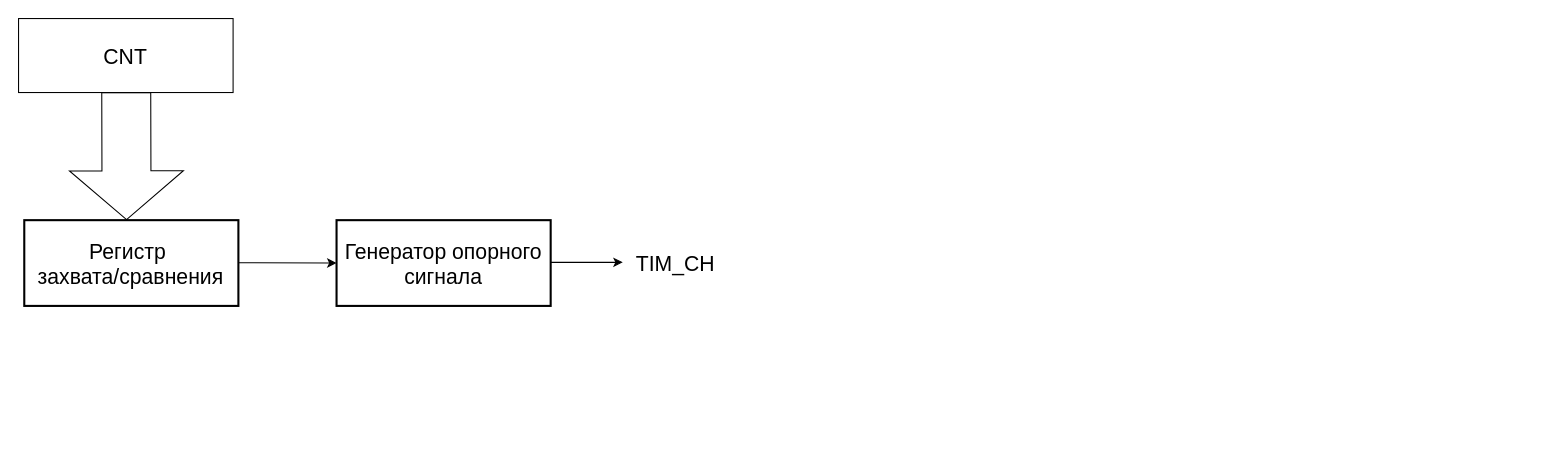
Before: doc/drawio/tim_ch_as_output.drawio in s-zasorin/General-Purpose-Timers, a draw.io diagram. Source tidied: cells renumbered, new cells numbered last; positions are measured from the earlier drawing's top-left corner, leaving out a move shared by most shapes. Both pictures are drawn from the tidied source at 106%, with x=0, y=0 at pixel (18, 18).
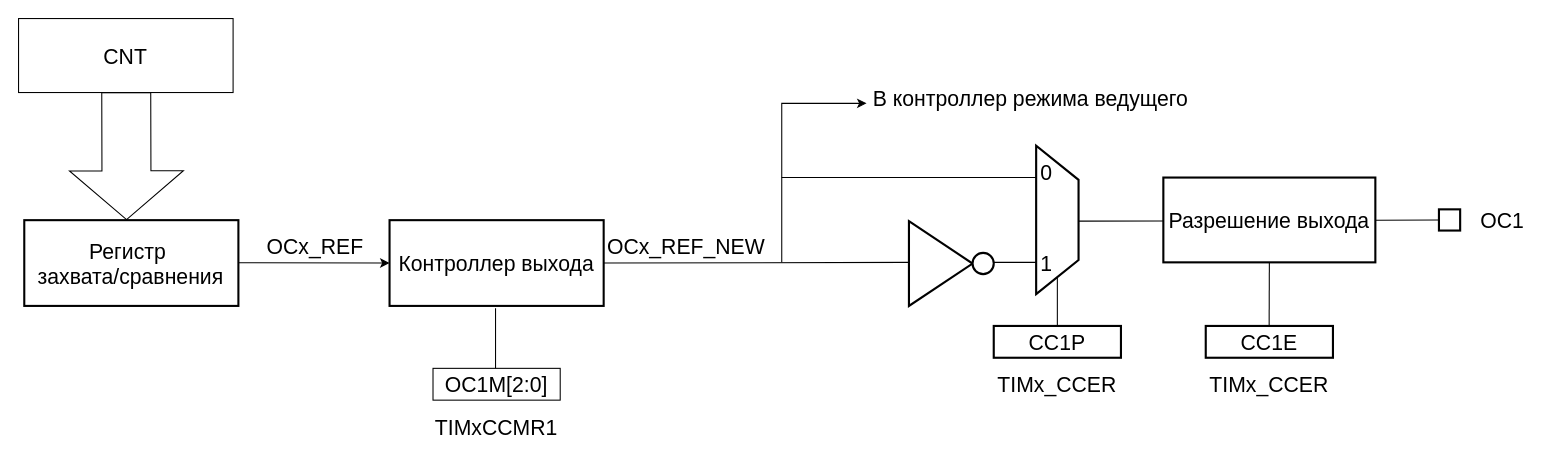
Above is the later version.

Commit message (it also covers changes not shown here):
feat(doc): Добавлена картинка канала, сконфигурированного на выход

Diff of the diagram source:
```diff
@@
-    <mxCell id="5" value="&lt;span style=&quot;font-size: 20px;&quot;&gt;Генератор опорного сигнала&lt;/span&gt;" style="rounded=0;whiteSpace=wrap;html=1;strokeWidth=1.9685;" parent="1" vertex="1">
-      <mxGeometry x="300" y="190.2" width="202" height="80.9" as="geometry" />
+    <mxCell id="5" value="&lt;span style=&quot;font-size: 20px;&quot;&gt;Контроллер выхода&lt;/span&gt;" style="rounded=0;whiteSpace=wrap;html=1;strokeWidth=1.9685;" parent="1" vertex="1">
+      <mxGeometry x="350" y="190.2" width="202" height="80.9" as="geometry" />
     </mxCell>
-    <mxCell id="6" style="endArrow=classic;html=1;rounded=0;" parent="1" edge="1">
-      <mxGeometry relative="1" as="geometry">
-        <mxPoint x="502" y="230" as="sourcePoint" />
-        <mxPoint x="570" y="230" as="targetPoint" />
-      </mxGeometry>
-    </mxCell>
@@
-    <mxCell id="8" value="&lt;font style=&quot;font-size: 20px;&quot;&gt;TIM_CH&lt;/font&gt;" style="text;html=1;align=center;verticalAlign=middle;whiteSpace=wrap;rounded=0;" parent="1" vertex="1">
-      <mxGeometry x="590" y="215.6" width="60" height="30" as="geometry" />
-    </mxCell>
+    <mxCell id="9" value="&lt;font style=&quot;font-size: 20px;&quot;&gt;OCx_REF&lt;/font&gt;" style="text;html=1;align=center;verticalAlign=middle;whiteSpace=wrap;rounded=0;" parent="1" vertex="1">
+      <mxGeometry x="250" y="200" width="60" height="30" as="geometry" />
+    </mxCell>
+    <mxCell id="10" value="&lt;font style=&quot;font-size: 20px;&quot;&gt;OC1M[2:0]&lt;/font&gt;" style="rounded=0;whiteSpace=wrap;html=1;" parent="1" vertex="1">
+      <mxGeometry x="391" y="330" width="120" height="30" as="geometry" />
+    </mxCell>
+    <mxCell id="11" style="endArrow=none;html=1;rounded=0;entryX=0.495;entryY=1.028;entryDx=0;entryDy=0;entryPerimeter=0;" parent="1" edge="1" target="5">
+      <mxGeometry relative="1" as="geometry">
+        <mxPoint x="450" y="330" as="sourcePoint" />
+      </mxGeometry>
+    </mxCell>
+    <mxCell id="12" value="&lt;font style=&quot;font-size: 20px;&quot;&gt;TIMxCCMR1&lt;/font&gt;" style="text;html=1;align=center;verticalAlign=middle;whiteSpace=wrap;rounded=0;" parent="1" vertex="1">
+      <mxGeometry x="421" y="370" width="60" height="30" as="geometry" />
+    </mxCell>
+    <mxCell id="13" style="verticalLabelPosition=middle;verticalAlign=middle;html=1;shape=trapezoid;perimeter=trapezoidPerimeter;whiteSpace=wrap;size=0.23;arcSize=10;flipV=1;labelPosition=center;align=center;rotation=-90;strokeWidth=2;" parent="1" vertex="1">
+      <mxGeometry x="910" y="170" width="140" height="40" as="geometry" />
+    </mxCell>
+    <mxCell id="14" style="endArrow=none;html=1;rounded=0;exitX=1;exitY=0.5;exitDx=0;exitDy=0;" parent="1" edge="1" source="5">
+      <mxGeometry relative="1" as="geometry">
+        <mxPoint x="840" y="230" as="targetPoint" />
+      </mxGeometry>
+    </mxCell>
+    <mxCell id="15" style="triangle;whiteSpace=wrap;html=1;strokeWidth=2;" parent="1" vertex="1">
+      <mxGeometry x="840" y="191.1" width="60" height="80" as="geometry" />
+    </mxCell>
+    <mxCell id="16" style="ellipse;whiteSpace=wrap;html=1;strokeWidth=2;" parent="1" vertex="1">
+      <mxGeometry x="900" y="221.1" width="20" height="20" as="geometry" />
+    </mxCell>
+    <mxCell id="17" style="endArrow=none;html=1;rounded=0;entryX=0.214;entryY=1;entryDx=0;entryDy=0;entryPerimeter=0;" parent="1" edge="1" target="13">
+      <mxGeometry relative="1" as="geometry">
+        <mxPoint x="920" y="230" as="sourcePoint" />
+      </mxGeometry>
+    </mxCell>
+    <mxCell id="18" style="endArrow=none;html=1;rounded=0;entryX=0.786;entryY=1;entryDx=0;entryDy=0;entryPerimeter=0;" parent="1" edge="1" target="13">
+      <mxGeometry relative="1" as="geometry">
+        <mxPoint x="720" y="230" as="sourcePoint" />
+        <Array as="points">
+          <mxPoint x="720" y="150" />
+        </Array>
+      </mxGeometry>
+    </mxCell>
+    <mxCell id="19" style="endArrow=none;html=1;rounded=0;" parent="1" edge="1">
+      <mxGeometry relative="1" as="geometry">
+        <mxPoint x="1000" y="191.1" as="sourcePoint" />
+        <mxPoint x="1080" y="191" as="targetPoint" />
+      </mxGeometry>
+    </mxCell>
+    <mxCell id="20" value="&lt;font style=&quot;font-size: 20px;&quot;&gt;Разрешение выхода&lt;/font&gt;" style="rounded=0;whiteSpace=wrap;html=1;strokeWidth=2;" parent="1" vertex="1">
+      <mxGeometry x="1080" y="150" width="200" height="80" as="geometry" />
+    </mxCell>
+    <mxCell id="21" style="endArrow=none;html=1;rounded=0;" parent="1" edge="1">
+      <mxGeometry relative="1" as="geometry">
+        <mxPoint x="1280" y="190.2" as="sourcePoint" />
+        <mxPoint x="1340" y="190" as="targetPoint" />
+      </mxGeometry>
+    </mxCell>
+    <mxCell id="22" style="whiteSpace=wrap;html=1;strokeWidth=2;" parent="1" vertex="1">
+      <mxGeometry x="1340" y="180" width="20" height="20" as="geometry" />
+    </mxCell>
+    <mxCell id="23" value="&lt;font style=&quot;font-size: 20px;&quot;&gt;1&lt;/font&gt;" style="text;html=1;align=center;verticalAlign=middle;whiteSpace=wrap;rounded=0;" parent="1" vertex="1">
+      <mxGeometry x="960" y="225.6" width="20" height="10" as="geometry" />
+    </mxCell>
+    <mxCell id="24" value="&lt;font style=&quot;font-size: 20px;&quot;&gt;0&lt;/font&gt;" style="text;html=1;align=center;verticalAlign=middle;whiteSpace=wrap;rounded=0;" parent="1" vertex="1">
+      <mxGeometry x="960" y="140" width="20" height="10" as="geometry" />
+    </mxCell>
+    <mxCell id="25" value="&lt;font style=&quot;font-size: 20px;&quot;&gt;CC1P&lt;/font&gt;" style="rounded=0;whiteSpace=wrap;html=1;strokeWidth=2;" parent="1" vertex="1">
+      <mxGeometry x="920" y="290" width="120" height="30" as="geometry" />
+    </mxCell>
+    <mxCell id="26" style="endArrow=classic;html=1;rounded=0;" parent="1" edge="1">
+      <mxGeometry relative="1" as="geometry">
+        <mxPoint x="720" y="150" as="sourcePoint" />
+        <mxPoint x="800" y="80" as="targetPoint" />
+        <Array as="points">
+          <mxPoint x="720" y="80" />
+        </Array>
+      </mxGeometry>
+    </mxCell>
+    <mxCell id="27" value="&lt;font style=&quot;font-size: 20px;&quot;&gt;TIMx_CCER&lt;/font&gt;" style="text;html=1;align=center;verticalAlign=middle;whiteSpace=wrap;rounded=0;" parent="1" vertex="1">
+      <mxGeometry x="950" y="330" width="60" height="30" as="geometry" />
+    </mxCell>
+    <mxCell id="28" style="endArrow=none;html=1;rounded=0;entryX=0;entryY=0.5;entryDx=0;entryDy=0;" parent="1" edge="1" target="13">
+      <mxGeometry relative="1" as="geometry">
+        <mxPoint x="980" y="291.1" as="sourcePoint" />
+      </mxGeometry>
+    </mxCell>
+    <mxCell id="29" value="&lt;font style=&quot;font-size: 20px;&quot;&gt;OC1&lt;/font&gt;" style="text;html=1;align=center;verticalAlign=middle;whiteSpace=wrap;rounded=0;" parent="1" vertex="1">
+      <mxGeometry x="1370" y="175" width="60" height="30" as="geometry" />
+    </mxCell>
+    <mxCell id="30" value="&lt;font style=&quot;font-size: 20px;&quot;&gt;В контроллер режима ведущего&lt;/font&gt;" style="text;html=1;align=center;verticalAlign=middle;whiteSpace=wrap;rounded=0;" parent="1" vertex="1">
+      <mxGeometry x="800" y="60" width="310" height="30" as="geometry" />
+    </mxCell>
+    <mxCell id="31" value="&lt;font style=&quot;font-size: 20px;&quot;&gt;CC1E&lt;/font&gt;" style="rounded=0;whiteSpace=wrap;html=1;strokeWidth=2;" parent="1" vertex="1">
+      <mxGeometry x="1120" y="290" width="120" height="30" as="geometry" />
+    </mxCell>
+    <mxCell id="32" style="endArrow=none;html=1;rounded=0;entryX=0.5;entryY=1;entryDx=0;entryDy=0;" parent="1" edge="1" target="20">
+      <mxGeometry relative="1" as="geometry">
+        <mxPoint x="1179.8" y="290" as="sourcePoint" />
+      </mxGeometry>
+    </mxCell>
+    <mxCell id="33" value="&lt;font style=&quot;font-size: 20px;&quot;&gt;TIMx_CCER&lt;/font&gt;" style="text;html=1;align=center;verticalAlign=middle;whiteSpace=wrap;rounded=0;" parent="1" vertex="1">
+      <mxGeometry x="1150" y="330" width="60" height="30" as="geometry" />
+    </mxCell>
+    <mxCell id="34" value="&lt;font style=&quot;font-size: 20px;&quot;&gt;OCx_REF_NEW&lt;/font&gt;" style="text;html=1;align=center;verticalAlign=middle;whiteSpace=wrap;rounded=0;" parent="1" vertex="1">
+      <mxGeometry x="600" y="200" width="60" height="30" as="geometry" />
+    </mxCell>
```
